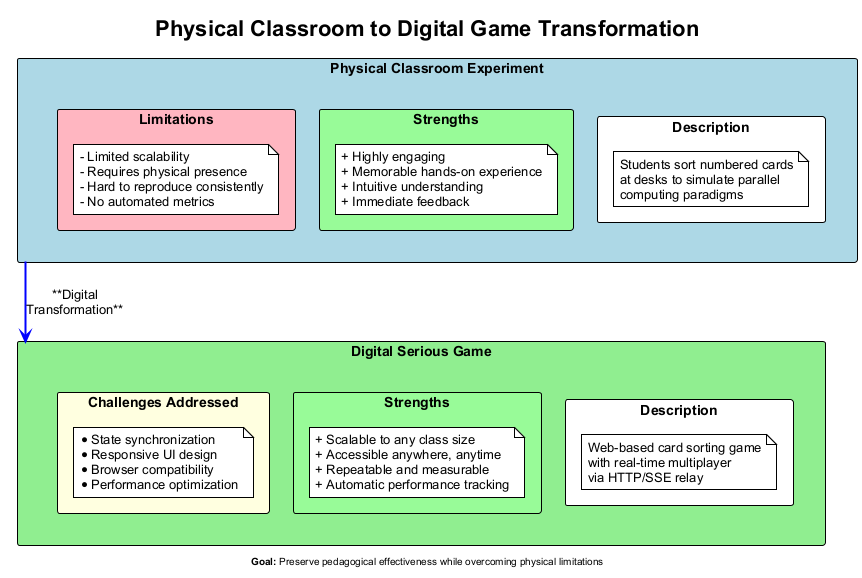
The PlantUML diagram figures/diagrams/physical-to-digital-mapping.png in Siponek/HPC-thesis, before a commit.
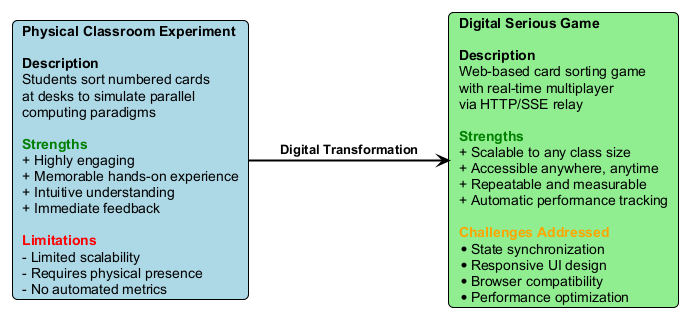
After the change.

Change to the diagram source:
```diff
@@ -2,67 +2,19 @@
 !theme plain
 skinparam backgroundColor white
 skinparam defaultFontName Arial
+skinparam Shadowing false
+skinparam RoundCorner 10
 
-title Physical Classroom to Digital Game Transformation
+top to bottom direction
+skinparam nodesep 60
+skinparam ranksep 20
 
-rectangle "**Physical Classroom Experiment**" as PHYS #LightBlue {
-    rectangle "Description" as PHYS_DESC #White {
-        note as N1
-        Students sort numbered cards
-        at desks to simulate parallel
-        computing paradigms
-        end note
-    }
+together {
+  card "**Physical Classroom Experiment**\n\n<b>Description</b>\nStudents sort numbered cards\nat desks to simulate parallel\ncomputing paradigms\n\n<color:green><b>Strengths</b></color>\n+ Highly engaging\n+ Memorable hands-on experience\n+ Intuitive understanding\n+ Immediate feedback\n\n<color:red><b>Limitations</b></color>\n- Limited scalability\n- Requires physical presence\n- No automated metrics" as PHYS #LightBlue
 
-    rectangle "Strengths" as PHYS_STR #PaleGreen {
-        note as N2
-        + Highly engaging
-        + Memorable hands-on experience
-        + Intuitive understanding
-        + Immediate feedback
-        end note
-    }
-
-    rectangle "Limitations" as PHYS_LIM #LightPink {
-        note as N3
-        - Limited scalability
-        - Requires physical presence
-        - Hard to reproduce consistently
-        - No automated metrics
-        end note
-    }
+  card "**Digital Serious Game**\n\n<b>Description</b>\nWeb-based card sorting game\nwith real-time multiplayer\nvia HTTP/SSE relay\n\n<color:green><b>Strengths</b></color>\n+ Scalable to any class size\n+ Accessible anywhere, anytime\n+ Repeatable and measurable\n+ Automatic performance tracking\n\n<color:orange><b>Challenges Addressed</b></color>\n* State synchronization\n* Responsive UI design\n* Browser compatibility\n* Performance optimization" as DIGI #LightGreen
 }
 
-rectangle "**Digital Serious Game**" as DIGI #LightGreen {
-    rectangle "Description" as DIGI_DESC #White {
-        note as N4
-        Web-based card sorting game
-        with real-time multiplayer
-        via HTTP/SSE relay
-        end note
-    }
-
-    rectangle "Strengths" as DIGI_STR #PaleGreen {
-        note as N5
-        + Scalable to any class size
-        + Accessible anywhere, anytime
-        + Repeatable and measurable
-        + Automatic performance tracking
-        end note
-    }
-
-    rectangle "Challenges Addressed" as DIGI_CHL #LightYellow {
-        note as N6
-        * State synchronization
-        * Responsive UI design
-        * Browser compatibility
-        * Performance optimization
-        end note
-    }
-}
-
-PHYS -[#blue,bold]-> DIGI : **Digital\nTransformation**
-
-center footer **Goal:** Preserve pedagogical effectiveness while overcoming physical limitations
+PHYS -right[#000,thickness=2]-> DIGI : **Digital Transformation**
 
 @enduml
```
